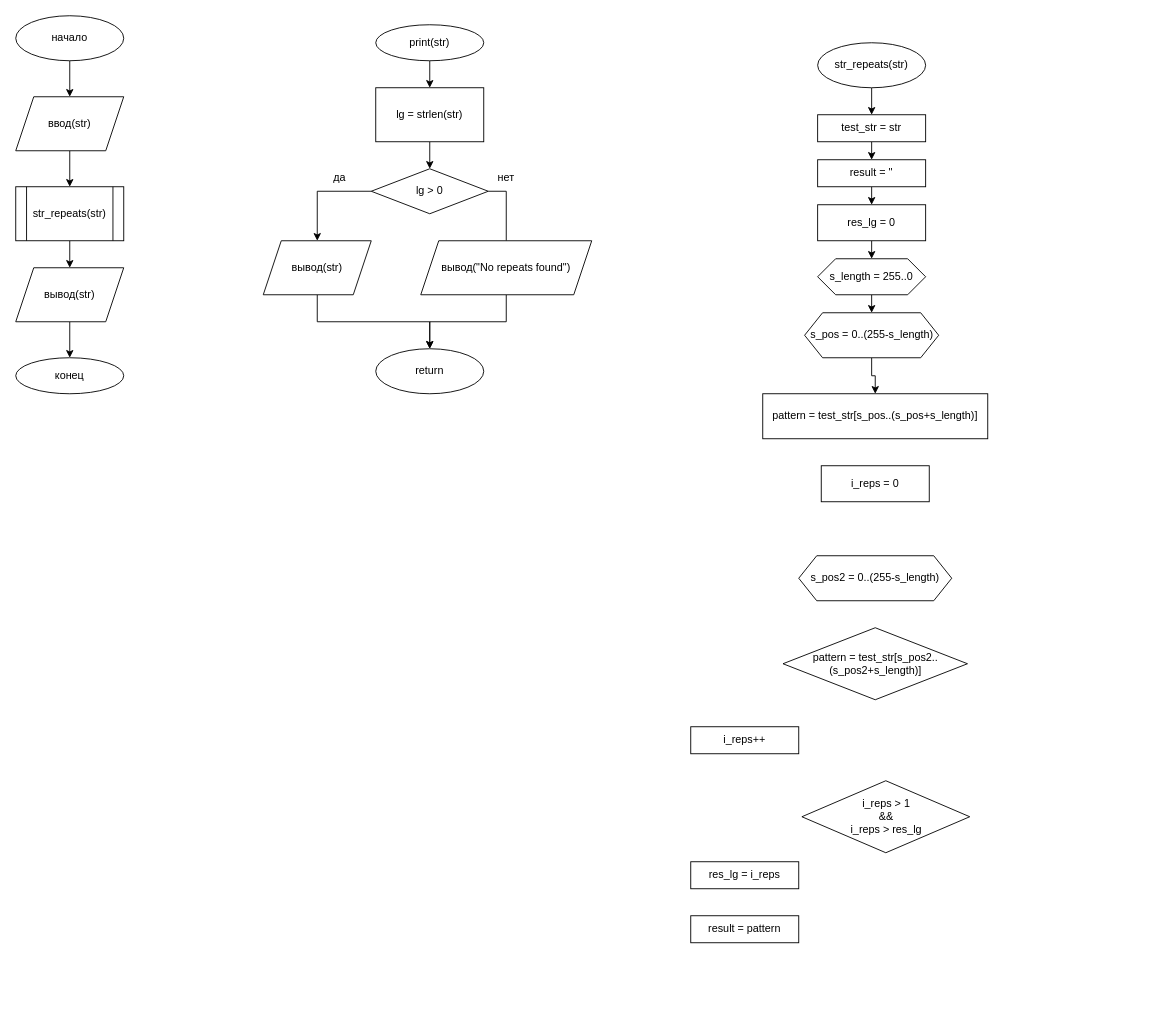
Trickster2038/BmstuLabs4 keeps this draw.io diagram as МЗЯ отчеты/лр5/лр5 диаг.drawio. Above is the earlier version. Source tidied: cells renumbered, new cells numbered last; positions are measured from the earlier drawing's top-left corner, leaving out a move shared by most shapes. Both pictures are drawn from the tidied source at 90%, with x=0, y=0 at pixel (15, 15).
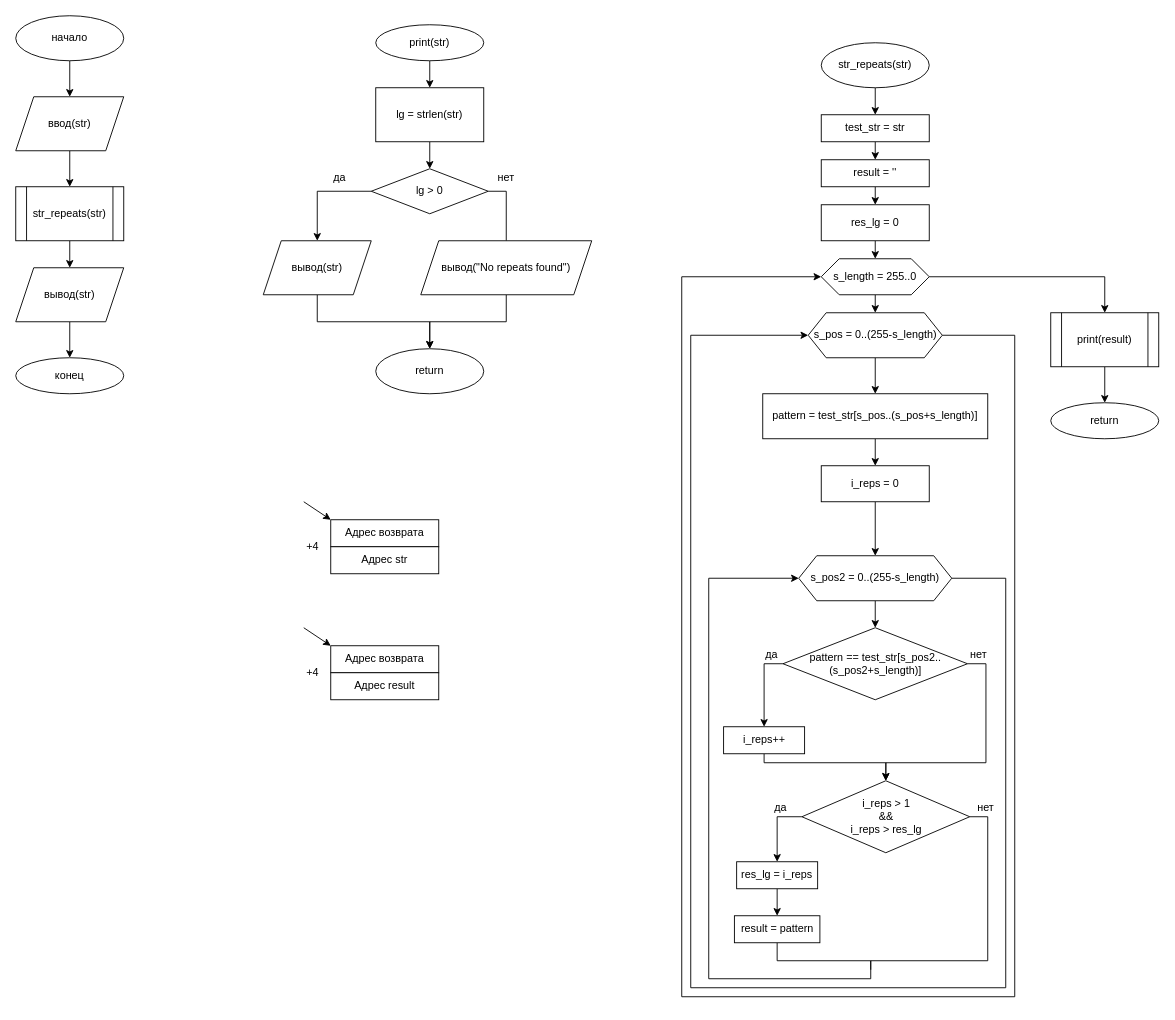
Above is the later version.

Unchanged cells that the change refers to:
```xml
<mxCell id="35" value="pattern&amp;nbsp;= test_str[s_pos..(s_pos+s_length)]" style="rounded=0;whiteSpace=wrap;html=1;" parent="1" vertex="1">
  <mxGeometry x="830" y="420" width="250" height="50" as="geometry" />
</mxCell>
<mxCell id="36" value="i_reps = 0" style="rounded=0;whiteSpace=wrap;html=1;" parent="1" vertex="1">
  <mxGeometry x="895" y="500" width="120" height="40" as="geometry" />
</mxCell>
<mxCell id="37" value="s_pos2 = 0..(255-s_length)" style="shape=hexagon;perimeter=hexagonPerimeter2;whiteSpace=wrap;html=1;fixedSize=1;" parent="1" vertex="1">
  <mxGeometry x="870" y="600" width="170" height="50" as="geometry" />
</mxCell>
<mxCell id="40" value="i_reps &amp;gt; 1 &lt;br&gt;&amp;amp;&amp;amp; &lt;br&gt;i_reps &amp;gt; res_lg" style="rhombus;whiteSpace=wrap;html=1;" parent="1" vertex="1">
  <mxGeometry x="873.5" y="850" width="186.5" height="80" as="geometry" />
</mxCell>
```

Change to the diagram source:
```diff
@@
     <mxCell id="24" value="str_repeats(str)" style="ellipse;whiteSpace=wrap;html=1;" parent="1" vertex="1">
-      <mxGeometry x="891" y="30" width="120" height="50" as="geometry" />
+      <mxGeometry x="895" y="30" width="120" height="50" as="geometry" />
     </mxCell>
@@
     <mxCell id="26" value="test_str = str" style="rounded=0;whiteSpace=wrap;html=1;" parent="1" vertex="1">
-      <mxGeometry x="891" y="110" width="120" height="30" as="geometry" />
+      <mxGeometry x="895" y="110" width="120" height="30" as="geometry" />
     </mxCell>
@@
+    <mxCell id="45" style="edgeStyle=orthogonalEdgeStyle;rounded=0;jettySize=auto;html=1;exitX=1;exitY=0.5;exitDx=0;exitDy=0;endArrow=classic;endFill=1;" parent="1" edge="1" source="28" target="59">
+      <mxGeometry relative="1" as="geometry" />
+    </mxCell>
     <mxCell id="28" value="s_length = 255..0" style="shape=hexagon;perimeter=hexagonPerimeter2;whiteSpace=wrap;html=1;fixedSize=1;" parent="1" vertex="1">
-      <mxGeometry x="891" y="270" width="120" height="40" as="geometry" />
+      <mxGeometry x="895" y="270" width="120" height="40" as="geometry" />
     </mxCell>
@@
     <mxCell id="30" value="result = ''" style="rounded=0;whiteSpace=wrap;html=1;" parent="1" vertex="1">
-      <mxGeometry x="891" y="160" width="120" height="30" as="geometry" />
+      <mxGeometry x="895" y="160" width="120" height="30" as="geometry" />
     </mxCell>
@@
+    <mxCell id="46" style="edgeStyle=orthogonalEdgeStyle;rounded=0;jettySize=auto;html=1;exitX=1;exitY=0.5;exitDx=0;exitDy=0;entryX=0;entryY=0.5;entryDx=0;entryDy=0;endArrow=classic;endFill=1;" parent="1" edge="1" source="32" target="28">
+      <mxGeometry relative="1" as="geometry">
+        <Array as="points">
+          <mxPoint x="1110" y="355" />
+          <mxPoint x="1110" y="1090" />
+          <mxPoint x="740" y="1090" />
+          <mxPoint x="740" y="290" />
+        </Array>
+      </mxGeometry>
+    </mxCell>
     <mxCell id="32" value="s_pos = 0..(255-s_length)" style="shape=hexagon;perimeter=hexagonPerimeter2;whiteSpace=wrap;html=1;fixedSize=1;" parent="1" vertex="1">
-      <mxGeometry x="876.5" y="330" width="149" height="50" as="geometry" />
+      <mxGeometry x="880.5" y="330" width="149" height="50" as="geometry" />
     </mxCell>
@@
+    <mxCell id="47" style="edgeStyle=orthogonalEdgeStyle;rounded=0;jettySize=auto;html=1;exitX=0.5;exitY=1;exitDx=0;exitDy=0;entryX=0.5;entryY=0;entryDx=0;entryDy=0;" parent="1" edge="1" source="35" target="36">
+      <mxGeometry relative="1" as="geometry" />
+    </mxCell>
@@
+    <mxCell id="48" style="edgeStyle=orthogonalEdgeStyle;rounded=0;jettySize=auto;html=1;exitX=0.5;exitY=1;exitDx=0;exitDy=0;entryX=0.5;entryY=0;entryDx=0;entryDy=0;" parent="1" edge="1" source="36" target="37">
+      <mxGeometry relative="1" as="geometry" />
+    </mxCell>
@@
+    <mxCell id="49" style="edgeStyle=orthogonalEdgeStyle;rounded=0;jettySize=auto;html=1;exitX=0.5;exitY=1;exitDx=0;exitDy=0;entryX=0.5;entryY=0;entryDx=0;entryDy=0;" parent="1" edge="1" source="37" target="38">
+      <mxGeometry relative="1" as="geometry" />
+    </mxCell>
+    <mxCell id="50" style="edgeStyle=orthogonalEdgeStyle;rounded=0;jettySize=auto;html=1;exitX=1;exitY=0.5;exitDx=0;exitDy=0;entryX=0;entryY=0.5;entryDx=0;entryDy=0;endArrow=classic;endFill=1;" parent="1" edge="1" source="37" target="32">
+      <mxGeometry relative="1" as="geometry">
+        <Array as="points">
+          <mxPoint x="1100" y="625" />
+          <mxPoint x="1100" y="1080" />
+          <mxPoint x="750" y="1080" />
+          <mxPoint x="750" y="355" />
+        </Array>
+      </mxGeometry>
+    </mxCell>
@@
+    <mxCell id="51" style="edgeStyle=orthogonalEdgeStyle;rounded=0;jettySize=auto;html=1;exitX=0;exitY=0.5;exitDx=0;exitDy=0;entryX=0.5;entryY=0;entryDx=0;entryDy=0;" parent="1" edge="1" source="38" target="39">
+      <mxGeometry relative="1" as="geometry" />
+    </mxCell>
+    <mxCell id="52" style="edgeStyle=orthogonalEdgeStyle;rounded=0;jettySize=auto;html=1;exitX=1;exitY=0.5;exitDx=0;exitDy=0;entryX=0.5;entryY=0;entryDx=0;entryDy=0;" parent="1" edge="1" source="38" target="40">
+      <mxGeometry relative="1" as="geometry">
+        <Array as="points">
+          <mxPoint x="1078" y="720" />
+          <mxPoint x="1078" y="830" />
+          <mxPoint x="967" y="830" />
+        </Array>
+      </mxGeometry>
+    </mxCell>
-    <mxCell id="38" value="&lt;span&gt;pattern&amp;nbsp;= test_str[s_pos2..(s_pos2+s_length)]&lt;/span&gt;" style="rhombus;whiteSpace=wrap;html=1;" parent="1" vertex="1">
+    <mxCell id="38" value="&lt;span&gt;pattern&amp;nbsp;== test_str[s_pos2..(s_pos2+s_length)]&lt;/span&gt;" style="rhombus;whiteSpace=wrap;html=1;" parent="1" vertex="1">
       <mxGeometry x="852.5" y="680" width="205" height="80" as="geometry" />
     </mxCell>
+    <mxCell id="53" style="edgeStyle=orthogonalEdgeStyle;rounded=0;jettySize=auto;html=1;exitX=0.5;exitY=1;exitDx=0;exitDy=0;entryX=0.5;entryY=0;entryDx=0;entryDy=0;" parent="1" edge="1" source="39" target="40">
+      <mxGeometry relative="1" as="geometry">
+        <Array as="points">
+          <mxPoint x="832" y="830" />
+          <mxPoint x="967" y="830" />
+        </Array>
+      </mxGeometry>
+    </mxCell>
     <mxCell id="39" value="i_reps++" style="rounded=0;whiteSpace=wrap;html=1;" parent="1" vertex="1">
-      <mxGeometry x="750" y="790" width="120" height="30" as="geometry" />
+      <mxGeometry x="786.5" y="790" width="90" height="30" as="geometry" />
     </mxCell>
+    <mxCell id="54" style="edgeStyle=orthogonalEdgeStyle;rounded=0;jettySize=auto;html=1;exitX=0;exitY=0.5;exitDx=0;exitDy=0;entryX=0.5;entryY=0;entryDx=0;entryDy=0;" parent="1" edge="1" source="40" target="41">
+      <mxGeometry relative="1" as="geometry" />
+    </mxCell>
+    <mxCell id="55" style="edgeStyle=orthogonalEdgeStyle;rounded=0;jettySize=auto;html=1;exitX=1;exitY=0.5;exitDx=0;exitDy=0;endArrow=none;endFill=0;" parent="1" edge="1" source="40">
+      <mxGeometry relative="1" as="geometry">
+        <mxPoint x="950" y="1060" as="targetPoint" />
+        <Array as="points">
+          <mxPoint x="1080" y="890" />
+          <mxPoint x="1080" y="1050" />
+          <mxPoint x="950" y="1050" />
+        </Array>
+      </mxGeometry>
+    </mxCell>
@@
+    <mxCell id="56" style="edgeStyle=orthogonalEdgeStyle;rounded=0;jettySize=auto;html=1;exitX=0.5;exitY=1;exitDx=0;exitDy=0;entryX=0.5;entryY=0;entryDx=0;entryDy=0;endArrow=classic;endFill=1;" parent="1" edge="1" source="41" target="44">
+      <mxGeometry relative="1" as="geometry" />
+    </mxCell>
     <mxCell id="41" value="res_lg = i_reps" style="rounded=0;whiteSpace=wrap;html=1;" parent="1" vertex="1">
-      <mxGeometry x="750" y="940" width="120" height="30" as="geometry" />
+      <mxGeometry x="801" y="940" width="90" height="30" as="geometry" />
     </mxCell>
@@
     <mxCell id="43" value="res_lg = 0" style="rounded=0;whiteSpace=wrap;html=1;" parent="1" vertex="1">
-      <mxGeometry x="891" y="210" width="120" height="40" as="geometry" />
+      <mxGeometry x="895" y="210" width="120" height="40" as="geometry" />
     </mxCell>
+    <mxCell id="57" style="edgeStyle=orthogonalEdgeStyle;rounded=0;jettySize=auto;html=1;exitX=0.5;exitY=1;exitDx=0;exitDy=0;entryX=0;entryY=0.5;entryDx=0;entryDy=0;" parent="1" edge="1" source="44" target="37">
+      <mxGeometry relative="1" as="geometry">
+        <Array as="points">
+          <mxPoint x="846" y="1050" />
+          <mxPoint x="950" y="1050" />
+          <mxPoint x="950" y="1070" />
+          <mxPoint x="770" y="1070" />
+          <mxPoint x="770" y="625" />
+        </Array>
+      </mxGeometry>
+    </mxCell>
     <mxCell id="44" value="result = pattern" style="rounded=0;whiteSpace=wrap;html=1;" parent="1" vertex="1">
-      <mxGeometry x="750" y="1000" width="120" height="30" as="geometry" />
+      <mxGeometry x="798.5" y="1000" width="95" height="30" as="geometry" />
     </mxCell>
+    <mxCell id="58" style="edgeStyle=orthogonalEdgeStyle;rounded=0;jettySize=auto;html=1;exitX=0.5;exitY=1;exitDx=0;exitDy=0;entryX=0.5;entryY=0;entryDx=0;entryDy=0;endArrow=classic;endFill=1;" parent="1" edge="1" source="59" target="60">
+      <mxGeometry relative="1" as="geometry" />
+    </mxCell>
+    <mxCell id="59" value="print(result)" style="shape=process;whiteSpace=wrap;html=1;backgroundOutline=1;" parent="1" vertex="1">
+      <mxGeometry x="1150" y="330" width="120" height="60" as="geometry" />
+    </mxCell>
+    <mxCell id="60" value="return" style="ellipse;whiteSpace=wrap;html=1;" parent="1" vertex="1">
+      <mxGeometry x="1150" y="430" width="120" height="40" as="geometry" />
+    </mxCell>
+    <mxCell id="61" value="да" style="text;html=1;strokeColor=none;fillColor=none;align=center;verticalAlign=middle;whiteSpace=wrap;rounded=0;" parent="1" vertex="1">
+      <mxGeometry x="820" y="700" width="40" height="20" as="geometry" />
+    </mxCell>
+    <mxCell id="62" value="да" style="text;html=1;strokeColor=none;fillColor=none;align=center;verticalAlign=middle;whiteSpace=wrap;rounded=0;" parent="1" vertex="1">
+      <mxGeometry x="830" y="870" width="40" height="20" as="geometry" />
+    </mxCell>
+    <mxCell id="63" value="нет" style="text;html=1;strokeColor=none;fillColor=none;align=center;verticalAlign=middle;whiteSpace=wrap;rounded=0;" parent="1" vertex="1">
+      <mxGeometry x="1050" y="700" width="40" height="20" as="geometry" />
+    </mxCell>
+    <mxCell id="64" value="нет" style="text;html=1;strokeColor=none;fillColor=none;align=center;verticalAlign=middle;whiteSpace=wrap;rounded=0;" parent="1" vertex="1">
+      <mxGeometry x="1057.5" y="870" width="40" height="20" as="geometry" />
+    </mxCell>
+    <mxCell id="65" value="Адрес возврата" style="rounded=0;whiteSpace=wrap;html=1;" parent="1" vertex="1">
+      <mxGeometry x="350" y="560" width="120" height="30" as="geometry" />
+    </mxCell>
+    <mxCell id="66" value="Адрес str" style="rounded=0;whiteSpace=wrap;html=1;" parent="1" vertex="1">
+      <mxGeometry x="350" y="590" width="120" height="30" as="geometry" />
+    </mxCell>
+    <mxCell id="67" style="endArrow=classic;html=1;entryX=0;entryY=0;entryDx=0;entryDy=0;" parent="1" edge="1" target="65">
+      <mxGeometry relative="1" as="geometry">
+        <mxPoint x="320" y="540" as="sourcePoint" />
+      </mxGeometry>
+    </mxCell>
+    <mxCell id="68" value="+4" style="text;html=1;strokeColor=none;fillColor=none;align=center;verticalAlign=middle;whiteSpace=wrap;rounded=0;" parent="1" vertex="1">
+      <mxGeometry x="310" y="580" width="40" height="20" as="geometry" />
+    </mxCell>
+    <mxCell id="69" value="Адрес возврата" style="rounded=0;whiteSpace=wrap;html=1;" parent="1" vertex="1">
+      <mxGeometry x="350" y="700" width="120" height="30" as="geometry" />
+    </mxCell>
+    <mxCell id="70" value="Адрес result" style="rounded=0;whiteSpace=wrap;html=1;" parent="1" vertex="1">
+      <mxGeometry x="350" y="730" width="120" height="30" as="geometry" />
+    </mxCell>
+    <mxCell id="71" style="endArrow=classic;html=1;entryX=0;entryY=0;entryDx=0;entryDy=0;" parent="1" edge="1" target="69">
+      <mxGeometry relative="1" as="geometry">
+        <mxPoint x="320" y="680" as="sourcePoint" />
+      </mxGeometry>
+    </mxCell>
+    <mxCell id="72" value="+4" style="text;html=1;strokeColor=none;fillColor=none;align=center;verticalAlign=middle;whiteSpace=wrap;rounded=0;" parent="1" vertex="1">
+      <mxGeometry x="310" y="720" width="40" height="20" as="geometry" />
+    </mxCell>
```
